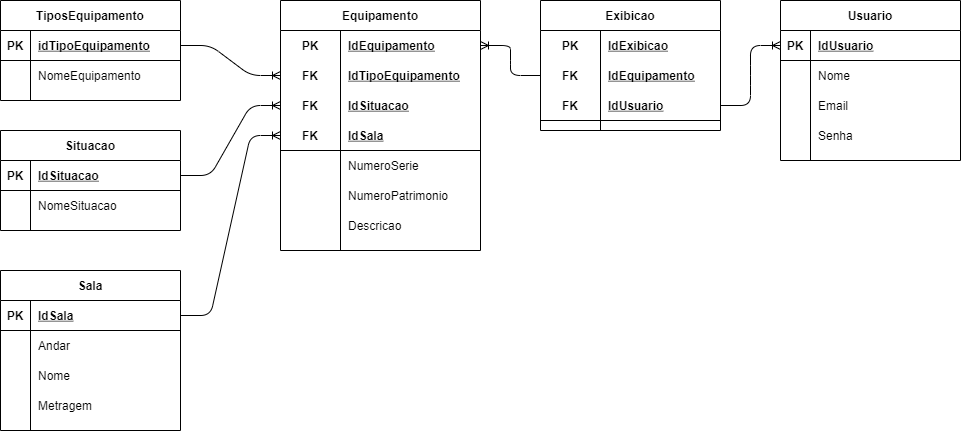
Earlier version of the draw.io export bd/modelagens/logica/modelo_logico.png (Caic-Mateus/Projeto_Inicial-3T). Source tidied: cells renumbered, new cells last; positions are measured from the earlier drawing's top-left corner, leaving out a move shared by most shapes.
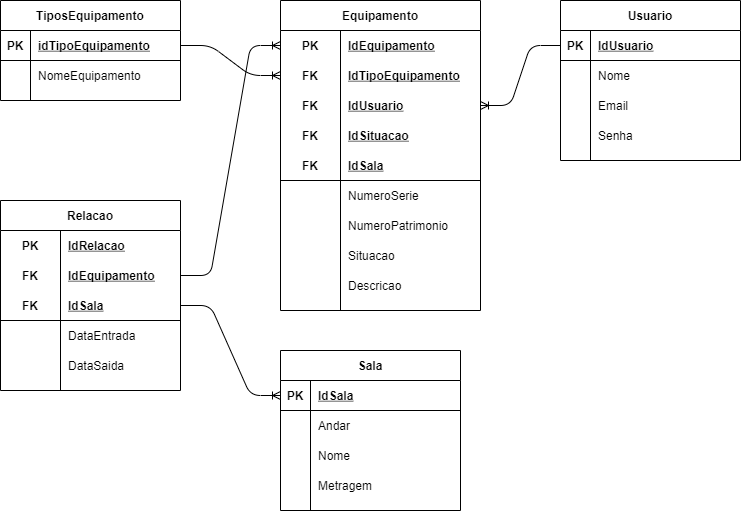
Later version of the same file.

Diff of the diagram source:
```diff
@@ -23,29 +23,8 @@
     <mxCell id="8" value="NomeEquipamento" style="shape=partialRectangle;fillColor=none;top=0;left=0;bottom=0;right=0;align=left;spacingLeft=6;overflow=hidden;" parent="6" vertex="1">
       <mxGeometry x="30" width="150" height="30" as="geometry" />
     </mxCell>
-    <mxCell id="9" value="Situacao" style="shape=table;startSize=30;rowLines=0;fontStyle=1;align=center;" parent="1" vertex="1">
-      <mxGeometry y="130" width="180" height="100" as="geometry" />
-    </mxCell>
-    <mxCell id="10" style="shape=partialRectangle;fillColor=none;top=0;left=0;bottom=1;right=0;points=[[0,0.5],[1,0.5]];portConstraint=eastwest;" parent="9" vertex="1">
-      <mxGeometry y="30" width="180" height="30" as="geometry" />
-    </mxCell>
-    <mxCell id="11" value="PK" style="shape=partialRectangle;fillColor=none;top=0;left=0;bottom=0;right=0;fontStyle=1;overflow=hidden;" parent="10" vertex="1">
-      <mxGeometry width="30" height="30" as="geometry" />
-    </mxCell>
-    <mxCell id="12" value="IdSituacao" style="shape=partialRectangle;fillColor=none;top=0;left=0;bottom=0;right=0;align=left;spacingLeft=6;fontStyle=5;overflow=hidden;" parent="10" vertex="1">
-      <mxGeometry x="30" width="150" height="30" as="geometry" />
-    </mxCell>
-    <mxCell id="13" style="shape=partialRectangle;fillColor=none;top=0;left=0;bottom=0;right=0;" parent="9" vertex="1">
-      <mxGeometry y="60" width="180" height="30" as="geometry" />
-    </mxCell>
-    <mxCell id="14" style="shape=partialRectangle;fillColor=none;top=0;left=0;bottom=0;right=0;overflow=hidden;" parent="13" vertex="1">
-      <mxGeometry width="30" height="30" as="geometry" />
-    </mxCell>
-    <mxCell id="15" value="NomeSituacao" style="shape=partialRectangle;fillColor=none;top=0;left=0;bottom=0;right=0;align=left;spacingLeft=6;overflow=hidden;" parent="13" vertex="1">
-      <mxGeometry x="30" width="150" height="30" as="geometry" />
-    </mxCell>
     <mxCell id="16" value="Sala" style="shape=table;startSize=30;rowLines=0;fontStyle=1;align=center;" parent="1" vertex="1">
-      <mxGeometry y="270" width="180" height="160" as="geometry" />
+      <mxGeometry x="280" y="350" width="180" height="160" as="geometry" />
     </mxCell>
     <mxCell id="17" style="shape=partialRectangle;fillColor=none;top=0;left=0;bottom=1;right=0;points=[[0,0.5],[1,0.5]];portConstraint=eastwest;" parent="16" vertex="1">
       <mxGeometry y="30" width="180" height="30" as="geometry" />
@@ -84,7 +63,7 @@
       <mxGeometry x="30" width="150" height="30" as="geometry" />
     </mxCell>
     <mxCell id="29" value="Usuario" style="shape=table;startSize=30;rowLines=0;fontStyle=1;align=center;" parent="1" vertex="1">
-      <mxGeometry x="780" width="180" height="160" as="geometry" />
+      <mxGeometry x="560" width="180" height="160" as="geometry" />
     </mxCell>
     <mxCell id="30" style="shape=partialRectangle;fillColor=none;top=0;left=0;bottom=1;right=0;points=[[0,0.5],[1,0.5]];portConstraint=eastwest;" parent="29" vertex="1">
       <mxGeometry y="30" width="180" height="30" as="geometry" />
@@ -122,38 +101,8 @@
     <mxCell id="41" value="Senha" style="shape=partialRectangle;fillColor=none;top=0;left=0;bottom=0;right=0;align=left;spacingLeft=6;overflow=hidden;" parent="39" vertex="1">
       <mxGeometry x="30" width="150" height="30" as="geometry" />
     </mxCell>
-    <mxCell id="42" value="Exibicao" style="shape=table;startSize=30;rowLines=0;fontStyle=1;align=center;" parent="1" vertex="1">
-      <mxGeometry x="540" width="180" height="130" as="geometry" />
-    </mxCell>
-    <mxCell id="43" style="shape=partialRectangle;fillColor=none;top=0;left=0;bottom=0;right=0;" parent="42" vertex="1">
-      <mxGeometry y="30" width="180" height="30" as="geometry" />
-    </mxCell>
-    <mxCell id="44" value="PK" style="shape=partialRectangle;fillColor=none;top=0;left=0;bottom=0;right=0;fontStyle=1;overflow=hidden;" parent="43" vertex="1">
-      <mxGeometry width="60" height="30" as="geometry" />
-    </mxCell>
-    <mxCell id="45" value="IdExibicao" style="shape=partialRectangle;fillColor=none;top=0;left=0;bottom=0;right=0;align=left;spacingLeft=6;fontStyle=5;overflow=hidden;" parent="43" vertex="1">
-      <mxGeometry x="60" width="120" height="30" as="geometry" />
-    </mxCell>
-    <mxCell id="46" style="shape=partialRectangle;fillColor=none;top=0;left=0;bottom=0;right=0;points=[[0,0.5],[1,0.5]];portConstraint=eastwest;" parent="42" vertex="1">
-      <mxGeometry y="60" width="180" height="30" as="geometry" />
-    </mxCell>
-    <mxCell id="47" value="FK" style="shape=partialRectangle;fillColor=none;top=0;left=0;bottom=0;right=0;fontStyle=1;overflow=hidden;" parent="46" vertex="1">
-      <mxGeometry width="60" height="30" as="geometry" />
-    </mxCell>
-    <mxCell id="48" value="IdEquipamento" style="shape=partialRectangle;fillColor=none;top=0;left=0;bottom=0;right=0;align=left;spacingLeft=6;fontStyle=5;overflow=hidden;" parent="46" vertex="1">
-      <mxGeometry x="60" width="120" height="30" as="geometry" />
-    </mxCell>
-    <mxCell id="49" style="shape=partialRectangle;fillColor=none;top=0;left=0;bottom=1;right=0;points=[[0,0.5],[1,0.5]];portConstraint=eastwest;" parent="42" vertex="1">
-      <mxGeometry y="90" width="180" height="30" as="geometry" />
-    </mxCell>
-    <mxCell id="50" value="FK" style="shape=partialRectangle;fillColor=none;top=0;left=0;bottom=0;right=0;fontStyle=1;overflow=hidden;" parent="49" vertex="1">
-      <mxGeometry width="60" height="30" as="geometry" />
-    </mxCell>
-    <mxCell id="51" value="IdUsuario" style="shape=partialRectangle;fillColor=none;top=0;left=0;bottom=0;right=0;align=left;spacingLeft=6;fontStyle=5;overflow=hidden;" parent="49" vertex="1">
-      <mxGeometry x="60" width="120" height="30" as="geometry" />
-    </mxCell>
     <mxCell id="52" value="Equipamento" style="shape=table;startSize=30;rowLines=0;fontStyle=1;align=center;" parent="1" vertex="1">
-      <mxGeometry x="280" width="200" height="250" as="geometry" />
+      <mxGeometry x="280" width="200" height="310" as="geometry" />
     </mxCell>
     <mxCell id="53" style="shape=partialRectangle;fillColor=none;top=0;left=0;bottom=0;right=0;points=[[0,0.5],[1,0.5]];portConstraint=eastwest;" parent="52" vertex="1">
       <mxGeometry y="30" width="200" height="30" as="geometry" />
@@ -173,8 +122,17 @@
     <mxCell id="58" value="IdTipoEquipamento" style="shape=partialRectangle;fillColor=none;top=0;left=0;bottom=0;right=0;align=left;spacingLeft=6;fontStyle=5;overflow=hidden;" parent="56" vertex="1">
       <mxGeometry x="60" width="140" height="30" as="geometry" />
     </mxCell>
+    <mxCell id="79" style="shape=partialRectangle;fillColor=none;top=0;left=0;bottom=0;right=0;points=[[0,0.5],[1,0.5]];portConstraint=eastwest;" parent="52" vertex="1">
+      <mxGeometry y="90" width="200" height="30" as="geometry" />
+    </mxCell>
+    <mxCell id="80" value="FK" style="shape=partialRectangle;fillColor=none;top=0;left=0;bottom=0;right=0;fontStyle=1;overflow=hidden;" parent="79" vertex="1">
+      <mxGeometry width="60" height="30" as="geometry" />
+    </mxCell>
+    <mxCell id="51" value="IdUsuario" style="shape=partialRectangle;fillColor=none;top=0;left=0;bottom=0;right=0;align=left;spacingLeft=6;fontStyle=5;overflow=hidden;" parent="79" vertex="1">
+      <mxGeometry x="60" width="140" height="30" as="geometry" />
+    </mxCell>
     <mxCell id="59" style="shape=partialRectangle;fillColor=none;top=0;left=0;bottom=0;right=0;points=[[0,0.5],[1,0.5]];portConstraint=eastwest;" parent="52" vertex="1">
-      <mxGeometry y="90" width="200" height="30" as="geometry" />
+      <mxGeometry y="120" width="200" height="30" as="geometry" />
     </mxCell>
     <mxCell id="60" value="FK" style="shape=partialRectangle;fillColor=none;top=0;left=0;bottom=0;right=0;fontStyle=1;overflow=hidden;" parent="59" vertex="1">
       <mxGeometry width="60" height="30" as="geometry" />
@@ -183,7 +141,7 @@
       <mxGeometry x="60" width="140" height="30" as="geometry" />
     </mxCell>
     <mxCell id="62" style="shape=partialRectangle;fillColor=none;top=0;left=0;bottom=1;right=0;points=[[0,0.5],[1,0.5]];portConstraint=eastwest;" parent="52" vertex="1">
-      <mxGeometry y="120" width="200" height="30" as="geometry" />
+      <mxGeometry y="150" width="200" height="30" as="geometry" />
     </mxCell>
     <mxCell id="63" value="FK" style="shape=partialRectangle;fillColor=none;top=0;left=0;bottom=0;right=0;fontStyle=1;overflow=hidden;" parent="62" vertex="1">
       <mxGeometry width="60" height="30" as="geometry" />
@@ -192,7 +150,7 @@
       <mxGeometry x="60" width="140" height="30" as="geometry" />
     </mxCell>
     <mxCell id="65" style="shape=partialRectangle;fillColor=none;top=0;left=0;bottom=0;right=0;" parent="52" vertex="1">
-      <mxGeometry y="150" width="200" height="30" as="geometry" />
+      <mxGeometry y="180" width="200" height="30" as="geometry" />
     </mxCell>
     <mxCell id="66" style="shape=partialRectangle;fillColor=none;top=0;left=0;bottom=0;right=0;overflow=hidden;" parent="65" vertex="1">
       <mxGeometry width="60" height="30" as="geometry" />
@@ -201,7 +159,7 @@
       <mxGeometry x="60" width="140" height="30" as="geometry" />
     </mxCell>
     <mxCell id="68" style="shape=partialRectangle;fillColor=none;top=0;left=0;bottom=0;right=0;" parent="52" vertex="1">
-      <mxGeometry y="180" width="200" height="30" as="geometry" />
+      <mxGeometry y="210" width="200" height="30" as="geometry" />
     </mxCell>
     <mxCell id="69" style="shape=partialRectangle;fillColor=none;top=0;left=0;bottom=0;right=0;overflow=hidden;" parent="68" vertex="1">
       <mxGeometry width="60" height="30" as="geometry" />
@@ -209,8 +167,17 @@
     <mxCell id="70" value="NumeroPatrimonio" style="shape=partialRectangle;fillColor=none;top=0;left=0;bottom=0;right=0;align=left;spacingLeft=6;overflow=hidden;" parent="68" vertex="1">
       <mxGeometry x="60" width="140" height="30" as="geometry" />
     </mxCell>
+    <mxCell id="81" style="shape=partialRectangle;fillColor=none;top=0;left=0;bottom=0;right=0;" parent="52" vertex="1">
+      <mxGeometry y="240" width="200" height="30" as="geometry" />
+    </mxCell>
+    <mxCell id="82" style="shape=partialRectangle;fillColor=none;top=0;left=0;bottom=0;right=0;overflow=hidden;" parent="81" vertex="1">
+      <mxGeometry width="60" height="30" as="geometry" />
+    </mxCell>
+    <mxCell id="9" value="Situacao" style="shape=partialRectangle;fillColor=none;top=0;left=0;bottom=0;right=0;align=left;spacingLeft=6;overflow=hidden;" parent="81" vertex="1">
+      <mxGeometry x="60" width="140" height="30" as="geometry" />
+    </mxCell>
     <mxCell id="71" style="shape=partialRectangle;fillColor=none;top=0;left=0;bottom=0;right=0;" parent="52" vertex="1">
-      <mxGeometry y="210" width="200" height="30" as="geometry" />
+      <mxGeometry y="270" width="200" height="30" as="geometry" />
     </mxCell>
     <mxCell id="72" style="shape=partialRectangle;fillColor=none;top=0;left=0;bottom=0;right=0;overflow=hidden;" parent="71" vertex="1">
       <mxGeometry width="60" height="30" as="geometry" />
@@ -221,17 +188,62 @@
     <mxCell id="74" style="edgeStyle=entityRelationEdgeStyle;fontSize=12;html=1;endArrow=ERoneToMany;exitX=1;exitY=0.5;exitDx=0;exitDy=0;entryX=0;entryY=0.5;entryDx=0;entryDy=0;" parent="1" edge="1" source="3" target="56">
       <mxGeometry relative="1" as="geometry" />
     </mxCell>
-    <mxCell id="75" style="edgeStyle=entityRelationEdgeStyle;fontSize=12;html=1;endArrow=ERoneToMany;exitX=1;exitY=0.5;exitDx=0;exitDy=0;entryX=0;entryY=0.5;entryDx=0;entryDy=0;" parent="1" edge="1" source="17" target="62">
-      <mxGeometry relative="1" as="geometry" />
-    </mxCell>
-    <mxCell id="76" style="edgeStyle=entityRelationEdgeStyle;fontSize=12;html=1;endArrow=ERoneToMany;exitX=1;exitY=0.5;exitDx=0;exitDy=0;entryX=0;entryY=0.5;entryDx=0;entryDy=0;" parent="1" edge="1" source="10" target="59">
-      <mxGeometry relative="1" as="geometry" />
-    </mxCell>
-    <mxCell id="77" style="edgeStyle=entityRelationEdgeStyle;fontSize=12;html=1;endArrow=ERoneToMany;exitX=1;exitY=0.5;exitDx=0;exitDy=0;entryX=0;entryY=0.5;entryDx=0;entryDy=0;" parent="1" edge="1" source="49" target="30">
-      <mxGeometry relative="1" as="geometry" />
-    </mxCell>
-    <mxCell id="78" style="edgeStyle=entityRelationEdgeStyle;fontSize=12;html=1;endArrow=ERoneToMany;entryX=1;entryY=0.5;entryDx=0;entryDy=0;exitX=0;exitY=0.5;exitDx=0;exitDy=0;" parent="1" edge="1" source="46" target="53">
-      <mxGeometry relative="1" as="geometry" />
-    </mxCell>
+    <mxCell id="83" style="edgeStyle=entityRelationEdgeStyle;fontSize=12;html=1;endArrow=ERoneToMany;exitX=0;exitY=0.5;exitDx=0;exitDy=0;entryX=1;entryY=0.5;entryDx=0;entryDy=0;" parent="1" edge="1" source="30" target="79">
+      <mxGeometry relative="1" as="geometry" />
+    </mxCell>
+    <mxCell id="84" value="Relacao" style="shape=table;startSize=30;rowLines=0;fontStyle=1;align=center;" parent="1" vertex="1">
+      <mxGeometry y="200" width="180" height="190" as="geometry" />
+    </mxCell>
+    <mxCell id="43" style="shape=partialRectangle;fillColor=none;top=0;left=0;bottom=0;right=0;" parent="84" vertex="1">
+      <mxGeometry y="30" width="180" height="30" as="geometry" />
+    </mxCell>
+    <mxCell id="44" value="PK" style="shape=partialRectangle;fillColor=none;top=0;left=0;bottom=0;right=0;fontStyle=1;overflow=hidden;" parent="43" vertex="1">
+      <mxGeometry width="60" height="30" as="geometry" />
+    </mxCell>
+    <mxCell id="85" value="IdRelacao" style="shape=partialRectangle;fillColor=none;top=0;left=0;bottom=0;right=0;align=left;spacingLeft=6;fontStyle=5;overflow=hidden;" parent="43" vertex="1">
+      <mxGeometry x="60" width="120" height="30" as="geometry" />
+    </mxCell>
+    <mxCell id="86" style="shape=partialRectangle;fillColor=none;top=0;left=0;bottom=0;right=0;points=[[0,0.5],[1,0.5]];portConstraint=eastwest;" parent="84" vertex="1">
+      <mxGeometry y="60" width="180" height="30" as="geometry" />
+    </mxCell>
+    <mxCell id="87" value="FK" style="shape=partialRectangle;fillColor=none;top=0;left=0;bottom=0;right=0;fontStyle=1;overflow=hidden;" parent="86" vertex="1">
+      <mxGeometry width="60" height="30" as="geometry" />
+    </mxCell>
+    <mxCell id="48" value="IdEquipamento" style="shape=partialRectangle;fillColor=none;top=0;left=0;bottom=0;right=0;align=left;spacingLeft=6;fontStyle=5;overflow=hidden;" parent="86" vertex="1">
+      <mxGeometry x="60" width="120" height="30" as="geometry" />
+    </mxCell>
+    <mxCell id="49" style="shape=partialRectangle;fillColor=none;top=0;left=0;bottom=1;right=0;points=[[0,0.5],[1,0.5]];portConstraint=eastwest;" parent="84" vertex="1">
+      <mxGeometry y="90" width="180" height="30" as="geometry" />
+    </mxCell>
+    <mxCell id="88" value="FK" style="shape=partialRectangle;fillColor=none;top=0;left=0;bottom=0;right=0;fontStyle=1;overflow=hidden;" parent="49" vertex="1">
+      <mxGeometry width="60" height="30" as="geometry" />
+    </mxCell>
+    <mxCell id="89" value="IdSala" style="shape=partialRectangle;fillColor=none;top=0;left=0;bottom=0;right=0;align=left;spacingLeft=6;fontStyle=5;overflow=hidden;" parent="49" vertex="1">
+      <mxGeometry x="60" width="120" height="30" as="geometry" />
+    </mxCell>
+    <mxCell id="90" style="shape=partialRectangle;fillColor=none;top=0;left=0;bottom=0;right=0;" parent="84" vertex="1">
+      <mxGeometry y="120" width="180" height="30" as="geometry" />
+    </mxCell>
+    <mxCell id="91" style="shape=partialRectangle;fillColor=none;top=0;left=0;bottom=0;right=0;overflow=hidden;" parent="90" vertex="1">
+      <mxGeometry width="60" height="30" as="geometry" />
+    </mxCell>
+    <mxCell id="92" value="DataEntrada" style="shape=partialRectangle;fillColor=none;top=0;left=0;bottom=0;right=0;align=left;spacingLeft=6;overflow=hidden;" parent="90" vertex="1">
+      <mxGeometry x="60" width="120" height="30" as="geometry" />
+    </mxCell>
+    <mxCell id="93" style="shape=partialRectangle;fillColor=none;top=0;left=0;bottom=0;right=0;" parent="84" vertex="1">
+      <mxGeometry y="150" width="180" height="30" as="geometry" />
+    </mxCell>
+    <mxCell id="94" style="shape=partialRectangle;fillColor=none;top=0;left=0;bottom=0;right=0;overflow=hidden;" parent="93" vertex="1">
+      <mxGeometry width="60" height="30" as="geometry" />
+    </mxCell>
+    <mxCell id="95" value="DataSaida" style="shape=partialRectangle;fillColor=none;top=0;left=0;bottom=0;right=0;align=left;spacingLeft=6;overflow=hidden;" parent="93" vertex="1">
+      <mxGeometry x="60" width="120" height="30" as="geometry" />
+    </mxCell>
+    <mxCell id="96" style="edgeStyle=entityRelationEdgeStyle;fontSize=12;html=1;endArrow=ERoneToMany;entryX=0;entryY=0.5;entryDx=0;entryDy=0;exitX=1;exitY=0.5;exitDx=0;exitDy=0;" parent="1" edge="1" source="49" target="17">
+      <mxGeometry relative="1" as="geometry" />
+    </mxCell>
+    <mxCell id="97" style="edgeStyle=entityRelationEdgeStyle;fontSize=12;html=1;endArrow=ERoneToMany;exitX=1;exitY=0.5;exitDx=0;exitDy=0;entryX=0;entryY=0.5;entryDx=0;entryDy=0;" parent="1" edge="1" source="86" target="53">
+      <mxGeometry relative="1" as="geometry" />
+    </mxCell>
   </root>
 </mxGraphModel>
```
